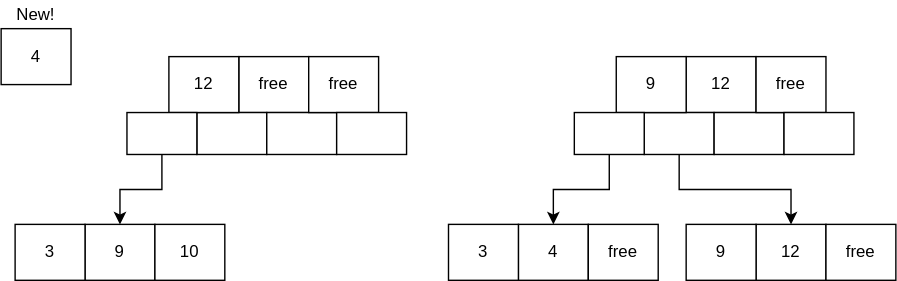
Before: images/b-tree-split.drawio.svg, a diagram exported from draw.io (heriet/study-btree-index-on-rdbms). Source tidied: cells renumbered, new cells last; positions are measured from the earlier drawing's top-left corner, leaving out a move shared by most shapes. Its diagram source:
```xml
<mxGraphModel>
  <root>
    <mxCell id="0" />
    <mxCell id="1" parent="0" />
    <mxCell id="2" value="free" style="rounded=0;whiteSpace=wrap;html=1;" parent="1" vertex="1">
      <mxGeometry x="170" y="40" width="50" height="40" as="geometry" />
    </mxCell>
    <mxCell id="3" style="rounded=0;whiteSpace=wrap;html=1;" parent="1" vertex="1">
      <mxGeometry x="140" y="80" width="50" height="30" as="geometry" />
    </mxCell>
    <mxCell id="4" style="rounded=0;whiteSpace=wrap;html=1;" parent="1" vertex="1">
      <mxGeometry x="190" y="80" width="50" height="30" as="geometry" />
    </mxCell>
    <mxCell id="5" value="free" style="rounded=0;whiteSpace=wrap;html=1;" parent="1" vertex="1">
      <mxGeometry x="220" y="40" width="50" height="40" as="geometry" />
    </mxCell>
    <mxCell id="6" style="rounded=0;whiteSpace=wrap;html=1;" parent="1" vertex="1">
      <mxGeometry x="240" y="80" width="50" height="30" as="geometry" />
    </mxCell>
    <mxCell id="7" value="12" style="rounded=0;whiteSpace=wrap;html=1;" parent="1" vertex="1">
      <mxGeometry x="120" y="40" width="50" height="40" as="geometry" />
    </mxCell>
    <mxCell id="8" style="edgeStyle=orthogonalEdgeStyle;rounded=0;jettySize=auto;html=1;exitX=0.5;exitY=1;exitDx=0;exitDy=0;entryX=0.5;entryY=0;entryDx=0;entryDy=0;" parent="1" edge="1" source="9" target="10">
      <mxGeometry relative="1" as="geometry" />
    </mxCell>
    <mxCell id="9" style="rounded=0;whiteSpace=wrap;html=1;" parent="1" vertex="1">
      <mxGeometry x="90" y="80" width="50" height="30" as="geometry" />
    </mxCell>
    <mxCell id="10" value="9" style="rounded=0;whiteSpace=wrap;html=1;" parent="1" vertex="1">
      <mxGeometry x="60" y="160" width="50" height="40" as="geometry" />
    </mxCell>
    <mxCell id="11" value="10" style="rounded=0;whiteSpace=wrap;html=1;" parent="1" vertex="1">
      <mxGeometry x="110" y="160" width="50" height="40" as="geometry" />
    </mxCell>
    <mxCell id="12" value="3" style="rounded=0;whiteSpace=wrap;html=1;" parent="1" vertex="1">
      <mxGeometry x="10" y="160" width="50" height="40" as="geometry" />
    </mxCell>
    <mxCell id="13" value="4" style="rounded=0;whiteSpace=wrap;html=1;" parent="1" vertex="1">
      <mxGeometry y="20" width="50" height="40" as="geometry" />
    </mxCell>
    <mxCell id="14" value="New!" style="text;html=1;strokeColor=none;fillColor=none;align=center;verticalAlign=middle;whiteSpace=wrap;rounded=0;" parent="1" vertex="1">
      <mxGeometry x="5" width="40" height="20" as="geometry" />
    </mxCell>
    <mxCell id="15" value="12" style="rounded=0;whiteSpace=wrap;html=1;" parent="1" vertex="1">
      <mxGeometry x="490" y="40" width="50" height="40" as="geometry" />
    </mxCell>
    <mxCell id="16" style="rounded=0;whiteSpace=wrap;html=1;" parent="1" vertex="1">
      <mxGeometry x="460" y="80" width="50" height="30" as="geometry" />
    </mxCell>
    <mxCell id="17" style="rounded=0;whiteSpace=wrap;html=1;" parent="1" vertex="1">
      <mxGeometry x="510" y="80" width="50" height="30" as="geometry" />
    </mxCell>
    <mxCell id="18" value="free" style="rounded=0;whiteSpace=wrap;html=1;" parent="1" vertex="1">
      <mxGeometry x="540" y="40" width="50" height="40" as="geometry" />
    </mxCell>
    <mxCell id="19" style="rounded=0;whiteSpace=wrap;html=1;" parent="1" vertex="1">
      <mxGeometry x="560" y="80" width="50" height="30" as="geometry" />
    </mxCell>
    <mxCell id="20" value="9" style="rounded=0;whiteSpace=wrap;html=1;" parent="1" vertex="1">
      <mxGeometry x="440" y="40" width="50" height="40" as="geometry" />
    </mxCell>
    <mxCell id="21" style="edgeStyle=orthogonalEdgeStyle;rounded=0;jettySize=auto;html=1;exitX=0.5;exitY=1;exitDx=0;exitDy=0;entryX=0.5;entryY=0;entryDx=0;entryDy=0;" parent="1" edge="1" source="16" target="24">
      <mxGeometry relative="1" as="geometry" />
    </mxCell>
    <mxCell id="22" style="edgeStyle=orthogonalEdgeStyle;rounded=0;jettySize=auto;html=1;exitX=0.5;exitY=1;exitDx=0;exitDy=0;entryX=0.5;entryY=0;entryDx=0;entryDy=0;" parent="1" edge="1" source="23" target="27">
      <mxGeometry relative="1" as="geometry" />
    </mxCell>
    <mxCell id="23" style="rounded=0;whiteSpace=wrap;html=1;" parent="1" vertex="1">
      <mxGeometry x="410" y="80" width="50" height="30" as="geometry" />
    </mxCell>
    <mxCell id="24" value="12" style="rounded=0;whiteSpace=wrap;html=1;" parent="1" vertex="1">
      <mxGeometry x="540" y="160" width="50" height="40" as="geometry" />
    </mxCell>
    <mxCell id="25" value="free" style="rounded=0;whiteSpace=wrap;html=1;" parent="1" vertex="1">
      <mxGeometry x="590" y="160" width="50" height="40" as="geometry" />
    </mxCell>
    <mxCell id="26" value="9" style="rounded=0;whiteSpace=wrap;html=1;" parent="1" vertex="1">
      <mxGeometry x="490" y="160" width="50" height="40" as="geometry" />
    </mxCell>
    <mxCell id="27" value="4" style="rounded=0;whiteSpace=wrap;html=1;" parent="1" vertex="1">
      <mxGeometry x="370" y="160" width="50" height="40" as="geometry" />
    </mxCell>
    <mxCell id="28" value="free" style="rounded=0;whiteSpace=wrap;html=1;" parent="1" vertex="1">
      <mxGeometry x="420" y="160" width="50" height="40" as="geometry" />
    </mxCell>
    <mxCell id="29" value="3" style="rounded=0;whiteSpace=wrap;html=1;" parent="1" vertex="1">
      <mxGeometry x="320" y="160" width="50" height="40" as="geometry" />
    </mxCell>
  </root>
</mxGraphModel>
```
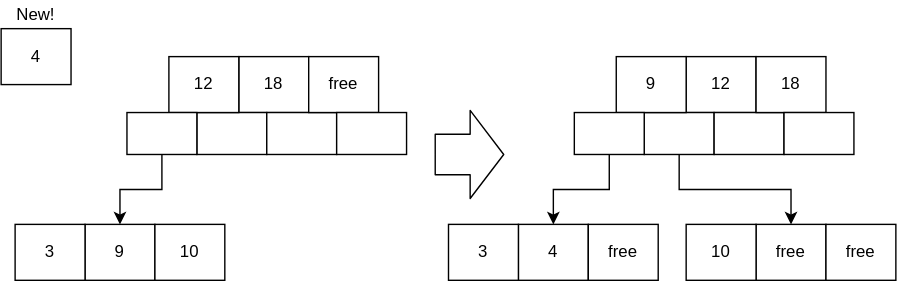
After the change.

The edit, as a diff of the source:
```diff
@@ -2,89 +2,98 @@
   <root>
     <mxCell id="0" />
     <mxCell id="1" parent="0" />
+    <mxCell id="30" style="group;" parent="1" vertex="1">
+      <mxGeometry width="640" height="200" as="geometry" />
+    </mxCell>
-    <mxCell id="2" value="free" style="rounded=0;whiteSpace=wrap;html=1;" parent="1" vertex="1">
+    <mxCell id="2" value="18" style="rounded=0;whiteSpace=wrap;html=1;" parent="30" vertex="1">
       <mxGeometry x="170" y="40" width="50" height="40" as="geometry" />
     </mxCell>
-    <mxCell id="3" style="rounded=0;whiteSpace=wrap;html=1;" parent="1" vertex="1">
+    <mxCell id="3" style="rounded=0;whiteSpace=wrap;html=1;" parent="30" vertex="1">
       <mxGeometry x="140" y="80" width="50" height="30" as="geometry" />
     </mxCell>
-    <mxCell id="4" style="rounded=0;whiteSpace=wrap;html=1;" parent="1" vertex="1">
+    <mxCell id="4" style="rounded=0;whiteSpace=wrap;html=1;" parent="30" vertex="1">
       <mxGeometry x="190" y="80" width="50" height="30" as="geometry" />
     </mxCell>
-    <mxCell id="5" value="free" style="rounded=0;whiteSpace=wrap;html=1;" parent="1" vertex="1">
+    <mxCell id="5" value="free" style="rounded=0;whiteSpace=wrap;html=1;" parent="30" vertex="1">
       <mxGeometry x="220" y="40" width="50" height="40" as="geometry" />
     </mxCell>
-    <mxCell id="6" style="rounded=0;whiteSpace=wrap;html=1;" parent="1" vertex="1">
+    <mxCell id="6" style="rounded=0;whiteSpace=wrap;html=1;" parent="30" vertex="1">
       <mxGeometry x="240" y="80" width="50" height="30" as="geometry" />
     </mxCell>
-    <mxCell id="7" value="12" style="rounded=0;whiteSpace=wrap;html=1;" parent="1" vertex="1">
+    <mxCell id="7" value="12" style="rounded=0;whiteSpace=wrap;html=1;" parent="30" vertex="1">
       <mxGeometry x="120" y="40" width="50" height="40" as="geometry" />
     </mxCell>
-    <mxCell id="8" style="edgeStyle=orthogonalEdgeStyle;rounded=0;jettySize=auto;html=1;exitX=0.5;exitY=1;exitDx=0;exitDy=0;entryX=0.5;entryY=0;entryDx=0;entryDy=0;" parent="1" edge="1" source="9" target="10">
-      <mxGeometry relative="1" as="geometry" />
-    </mxCell>
-    <mxCell id="9" style="rounded=0;whiteSpace=wrap;html=1;" parent="1" vertex="1">
+    <mxCell id="9" style="rounded=0;whiteSpace=wrap;html=1;" parent="30" vertex="1">
       <mxGeometry x="90" y="80" width="50" height="30" as="geometry" />
     </mxCell>
-    <mxCell id="10" value="9" style="rounded=0;whiteSpace=wrap;html=1;" parent="1" vertex="1">
+    <mxCell id="10" value="9" style="rounded=0;whiteSpace=wrap;html=1;" parent="30" vertex="1">
       <mxGeometry x="60" y="160" width="50" height="40" as="geometry" />
     </mxCell>
+    <mxCell id="8" style="edgeStyle=orthogonalEdgeStyle;rounded=0;jettySize=auto;html=1;exitX=0.5;exitY=1;exitDx=0;exitDy=0;entryX=0.5;entryY=0;entryDx=0;entryDy=0;" parent="30" edge="1" source="9" target="10">
+      <mxGeometry relative="1" as="geometry" />
+    </mxCell>
-    <mxCell id="11" value="10" style="rounded=0;whiteSpace=wrap;html=1;" parent="1" vertex="1">
+    <mxCell id="11" value="10" style="rounded=0;whiteSpace=wrap;html=1;" parent="30" vertex="1">
       <mxGeometry x="110" y="160" width="50" height="40" as="geometry" />
     </mxCell>
-    <mxCell id="12" value="3" style="rounded=0;whiteSpace=wrap;html=1;" parent="1" vertex="1">
+    <mxCell id="12" value="3" style="rounded=0;whiteSpace=wrap;html=1;" parent="30" vertex="1">
       <mxGeometry x="10" y="160" width="50" height="40" as="geometry" />
     </mxCell>
-    <mxCell id="13" value="4" style="rounded=0;whiteSpace=wrap;html=1;" parent="1" vertex="1">
+    <mxCell id="13" value="4" style="rounded=0;whiteSpace=wrap;html=1;" parent="30" vertex="1">
       <mxGeometry y="20" width="50" height="40" as="geometry" />
     </mxCell>
-    <mxCell id="14" value="New!" style="text;html=1;strokeColor=none;fillColor=none;align=center;verticalAlign=middle;whiteSpace=wrap;rounded=0;" parent="1" vertex="1">
+    <mxCell id="14" value="New!" style="text;html=1;strokeColor=none;fillColor=none;align=center;verticalAlign=middle;whiteSpace=wrap;rounded=0;" parent="30" vertex="1">
       <mxGeometry x="5" width="40" height="20" as="geometry" />
     </mxCell>
-    <mxCell id="15" value="12" style="rounded=0;whiteSpace=wrap;html=1;" parent="1" vertex="1">
+    <mxCell id="15" value="12" style="rounded=0;whiteSpace=wrap;html=1;" parent="30" vertex="1">
       <mxGeometry x="490" y="40" width="50" height="40" as="geometry" />
     </mxCell>
-    <mxCell id="16" style="rounded=0;whiteSpace=wrap;html=1;" parent="1" vertex="1">
+    <mxCell id="16" style="rounded=0;whiteSpace=wrap;html=1;" parent="30" vertex="1">
       <mxGeometry x="460" y="80" width="50" height="30" as="geometry" />
     </mxCell>
-    <mxCell id="17" style="rounded=0;whiteSpace=wrap;html=1;" parent="1" vertex="1">
+    <mxCell id="17" style="rounded=0;whiteSpace=wrap;html=1;" parent="30" vertex="1">
       <mxGeometry x="510" y="80" width="50" height="30" as="geometry" />
     </mxCell>
-    <mxCell id="18" value="free" style="rounded=0;whiteSpace=wrap;html=1;" parent="1" vertex="1">
+    <mxCell id="18" value="18" style="rounded=0;whiteSpace=wrap;html=1;" parent="30" vertex="1">
       <mxGeometry x="540" y="40" width="50" height="40" as="geometry" />
     </mxCell>
-    <mxCell id="19" style="rounded=0;whiteSpace=wrap;html=1;" parent="1" vertex="1">
+    <mxCell id="19" style="rounded=0;whiteSpace=wrap;html=1;" parent="30" vertex="1">
       <mxGeometry x="560" y="80" width="50" height="30" as="geometry" />
     </mxCell>
-    <mxCell id="20" value="9" style="rounded=0;whiteSpace=wrap;html=1;" parent="1" vertex="1">
+    <mxCell id="20" value="9" style="rounded=0;whiteSpace=wrap;html=1;" parent="30" vertex="1">
       <mxGeometry x="440" y="40" width="50" height="40" as="geometry" />
     </mxCell>
-    <mxCell id="21" style="edgeStyle=orthogonalEdgeStyle;rounded=0;jettySize=auto;html=1;exitX=0.5;exitY=1;exitDx=0;exitDy=0;entryX=0.5;entryY=0;entryDx=0;entryDy=0;" parent="1" edge="1" source="16" target="24">
+    <mxCell id="21" style="edgeStyle=orthogonalEdgeStyle;rounded=0;jettySize=auto;html=1;exitX=0.5;exitY=1;exitDx=0;exitDy=0;entryX=0.5;entryY=0;entryDx=0;entryDy=0;" parent="30" edge="1" source="16" target="24">
       <mxGeometry relative="1" as="geometry" />
     </mxCell>
-    <mxCell id="22" style="edgeStyle=orthogonalEdgeStyle;rounded=0;jettySize=auto;html=1;exitX=0.5;exitY=1;exitDx=0;exitDy=0;entryX=0.5;entryY=0;entryDx=0;entryDy=0;" parent="1" edge="1" source="23" target="27">
-      <mxGeometry relative="1" as="geometry" />
-    </mxCell>
-    <mxCell id="23" style="rounded=0;whiteSpace=wrap;html=1;" parent="1" vertex="1">
+    <mxCell id="23" style="rounded=0;whiteSpace=wrap;html=1;" parent="30" vertex="1">
       <mxGeometry x="410" y="80" width="50" height="30" as="geometry" />
     </mxCell>
-    <mxCell id="24" value="12" style="rounded=0;whiteSpace=wrap;html=1;" parent="1" vertex="1">
+    <mxCell id="24" value="free" style="rounded=0;whiteSpace=wrap;html=1;" parent="30" vertex="1">
       <mxGeometry x="540" y="160" width="50" height="40" as="geometry" />
     </mxCell>
-    <mxCell id="25" value="free" style="rounded=0;whiteSpace=wrap;html=1;" parent="1" vertex="1">
+    <mxCell id="25" value="free" style="rounded=0;whiteSpace=wrap;html=1;" parent="30" vertex="1">
       <mxGeometry x="590" y="160" width="50" height="40" as="geometry" />
     </mxCell>
-    <mxCell id="26" value="9" style="rounded=0;whiteSpace=wrap;html=1;" parent="1" vertex="1">
+    <mxCell id="26" value="10" style="rounded=0;whiteSpace=wrap;html=1;" parent="30" vertex="1">
       <mxGeometry x="490" y="160" width="50" height="40" as="geometry" />
     </mxCell>
-    <mxCell id="27" value="4" style="rounded=0;whiteSpace=wrap;html=1;" parent="1" vertex="1">
+    <mxCell id="27" value="4" style="rounded=0;whiteSpace=wrap;html=1;" parent="30" vertex="1">
       <mxGeometry x="370" y="160" width="50" height="40" as="geometry" />
     </mxCell>
+    <mxCell id="22" style="edgeStyle=orthogonalEdgeStyle;rounded=0;jettySize=auto;html=1;exitX=0.5;exitY=1;exitDx=0;exitDy=0;entryX=0.5;entryY=0;entryDx=0;entryDy=0;" parent="30" edge="1" source="23" target="27">
+      <mxGeometry relative="1" as="geometry" />
+    </mxCell>
-    <mxCell id="28" value="free" style="rounded=0;whiteSpace=wrap;html=1;" parent="1" vertex="1">
+    <mxCell id="28" value="free" style="rounded=0;whiteSpace=wrap;html=1;" parent="30" vertex="1">
       <mxGeometry x="420" y="160" width="50" height="40" as="geometry" />
     </mxCell>
-    <mxCell id="29" value="3" style="rounded=0;whiteSpace=wrap;html=1;" parent="1" vertex="1">
+    <mxCell id="29" value="3" style="rounded=0;whiteSpace=wrap;html=1;" parent="30" vertex="1">
       <mxGeometry x="320" y="160" width="50" height="40" as="geometry" />
     </mxCell>
+    <mxCell id="31" style="shape=flexArrow;endArrow=classic;html=1;endWidth=33;endSize=7.67;width=29;" parent="30" edge="1">
+      <mxGeometry relative="1" as="geometry">
+        <mxPoint x="310" y="110" as="sourcePoint" />
+        <mxPoint x="360" y="110" as="targetPoint" />
+      </mxGeometry>
+    </mxCell>
   </root>
 </mxGraphModel>
```
